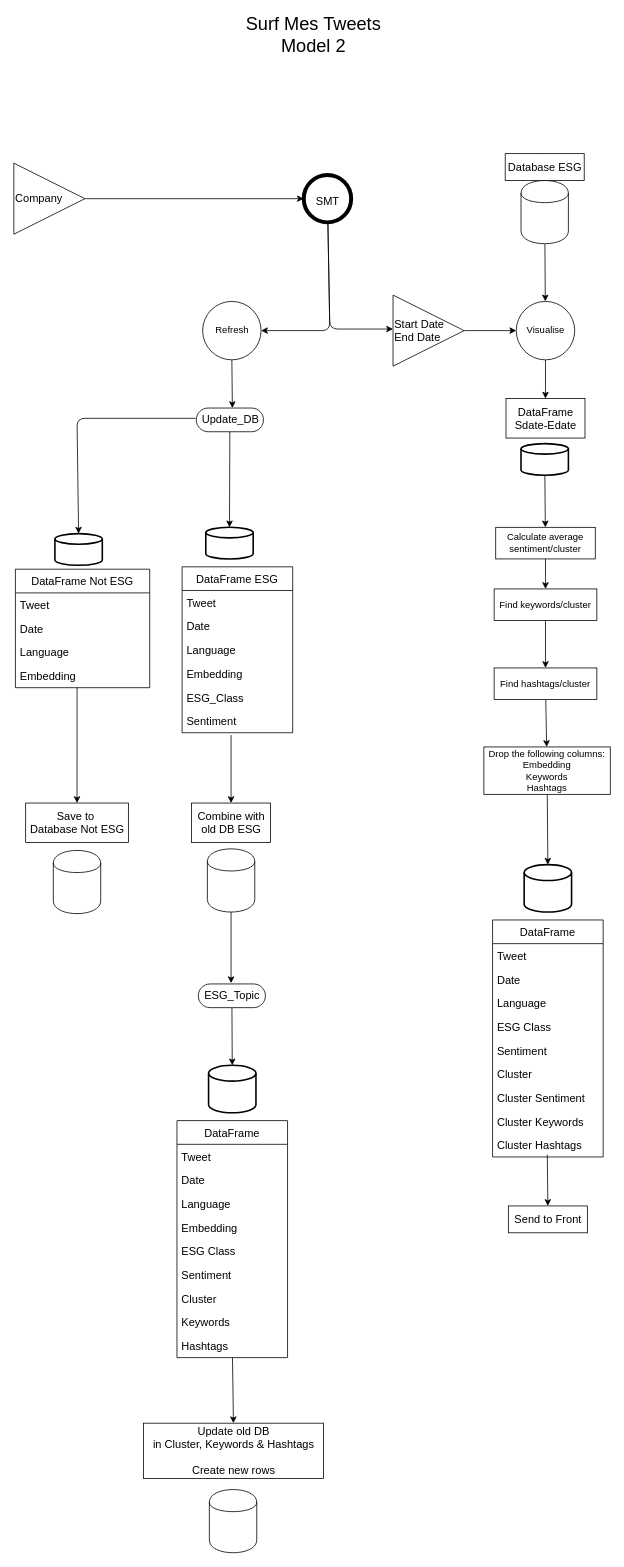
HusseinRR/Twitter-Sentiment-Analysis keeps this draw.io diagram as Model_2.drawio. Above is the earlier version. Source tidied: cells renumbered, new cells numbered last; positions are measured from the earlier drawing's top-left corner, leaving out a move shared by most shapes. Both pictures are drawn from the tidied source at 79%, with x=0, y=0 at pixel (13, 19).
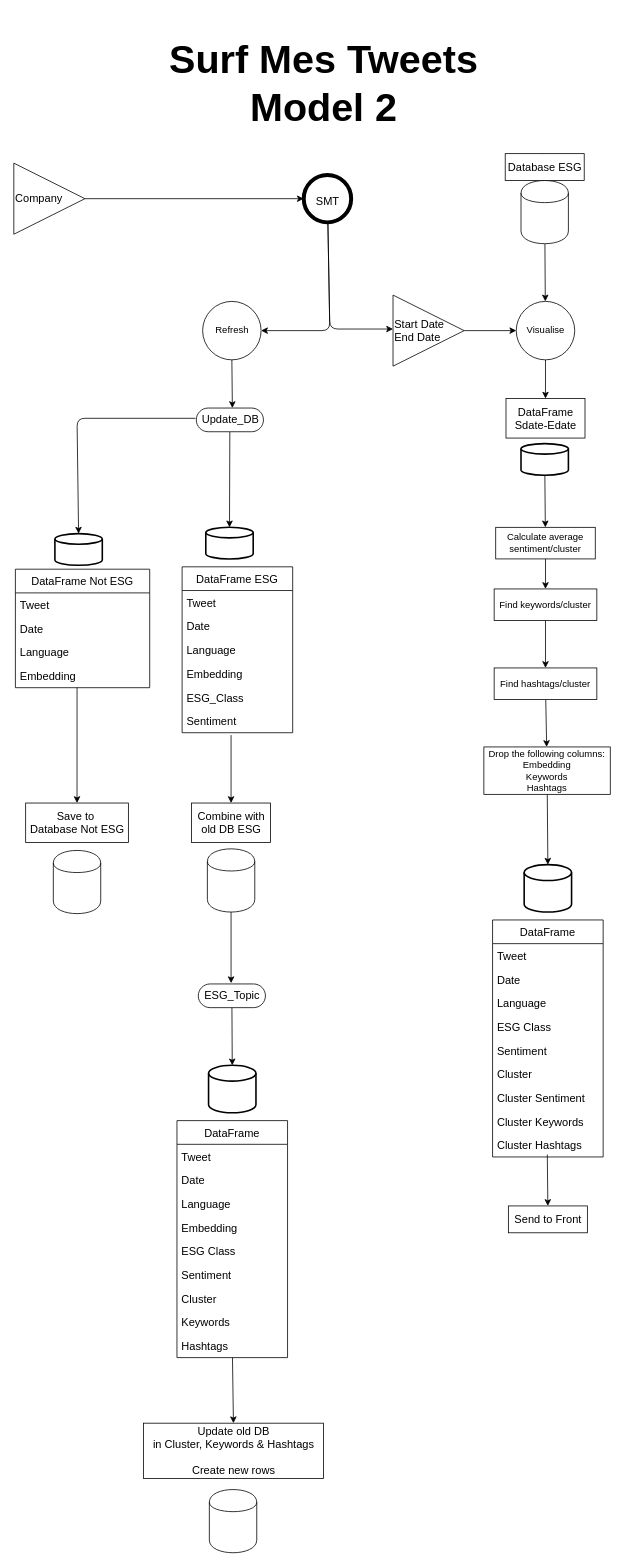
After the change.

Commit message (it also covers changes not shown here):
First model bug reviewed, english french

The edit, as a diff of the source:
```diff
@@
-    <mxCell id="2" value="&lt;font style=&quot;font-size: 23px&quot;&gt;Surf Mes Tweets&lt;br&gt;Model 2&lt;br&gt;&lt;/font&gt;" style="text;html=1;align=center;verticalAlign=middle;strokeColor=none;fillColor=none;" parent="1" vertex="1">
-      <mxGeometry x="284" width="190" height="40" as="geometry" />
+    <mxCell id="2" value="&lt;font style=&quot;font-size: 50px&quot;&gt;&lt;b&gt;Surf Mes Tweets&lt;br&gt;Model 2&lt;/b&gt;&lt;br&gt;&lt;/font&gt;" style="text;html=1;align=center;verticalAlign=middle;strokeColor=none;fillColor=none;" parent="1" vertex="1">
+      <mxGeometry x="187" y="51" width="410" height="60" as="geometry" />
     </mxCell>
```
